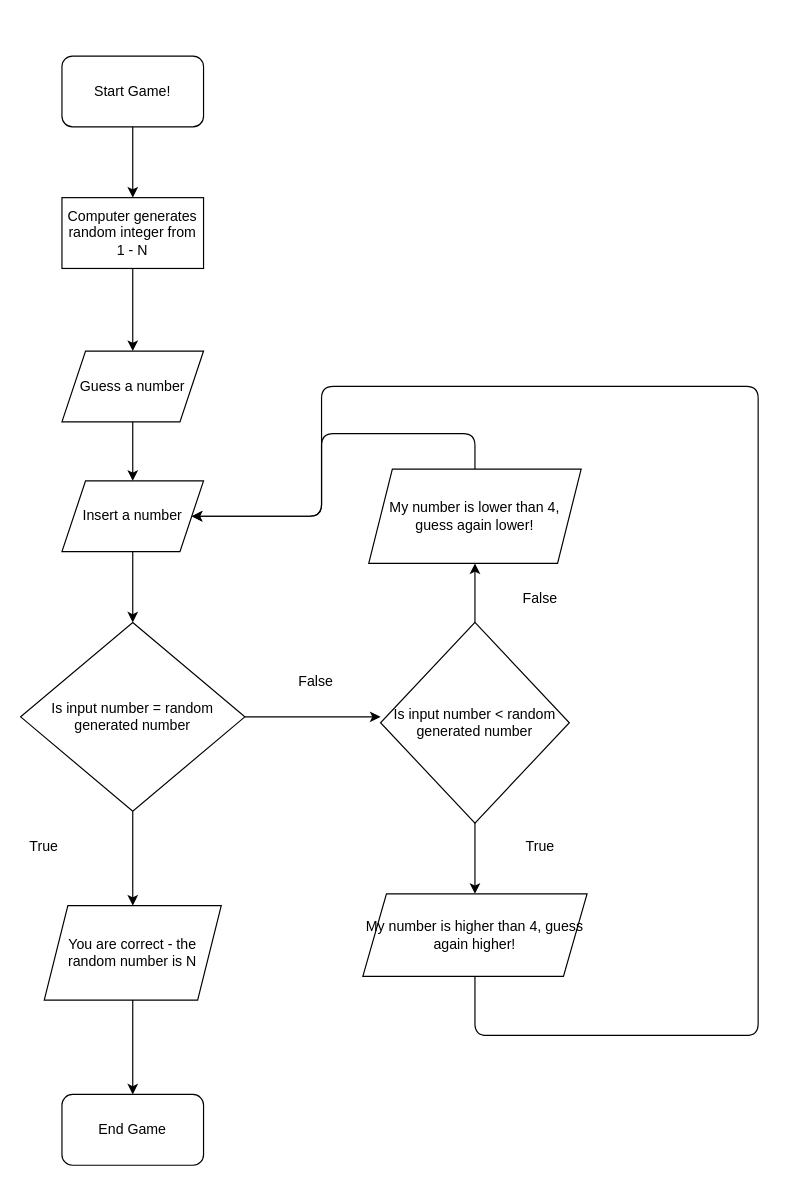
Above: Basic.drawio in mackilroy007/CF-ADS-Bumberger-Mark (draw.io), before the change. Source tidied: cells renumbered, new cells numbered last; positions are measured from the earlier drawing's top-left corner, leaving out a move shared by most shapes. Both pictures are drawn from the tidied source at 118%, with x=0, y=0 at pixel (20, 55).
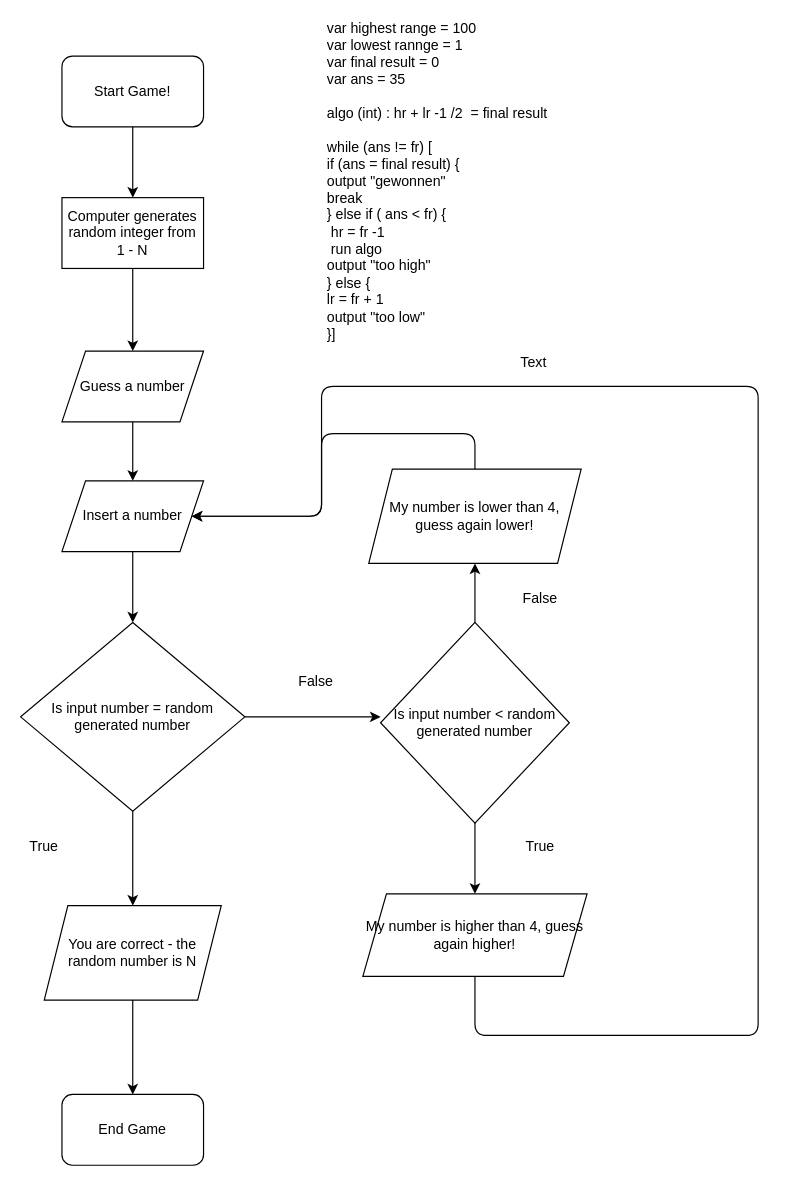
The same diagram, later.

Change to the diagram source:
```diff
@@
+    <mxCell id="27" value="Text" style="text;html=1;strokeColor=none;fillColor=none;align=center;verticalAlign=middle;whiteSpace=wrap;rounded=0;" parent="1" vertex="1">
+      <mxGeometry x="415" y="250" width="40" height="20" as="geometry" />
+    </mxCell>
+    <mxCell id="28" value="var highest range = 100&lt;br&gt;var lowest rannge = 1&lt;br&gt;var final result = 0&lt;br&gt;var ans = 35&lt;br&gt;&lt;br&gt;algo (int) : hr + lr -1 /2&amp;nbsp; = final result&lt;br&gt;&lt;br&gt;while (ans != fr) [&lt;br&gt;if (ans = final result) {&lt;br&gt;output &quot;gewonnen&quot;&lt;br&gt;break&lt;br&gt;} else if ( ans &amp;lt; fr) {&lt;br&gt;&amp;nbsp;hr = fr -1 &lt;br&gt;&amp;nbsp;run algo &lt;br&gt;output &quot;too high&quot;&lt;br&gt;} else {&lt;br&gt;lr = fr + 1&lt;br&gt;output &quot;too low&quot;&lt;br&gt;}]" style="text;html=1;strokeColor=none;fillColor=none;spacing=5;spacingTop=-20;whiteSpace=wrap;overflow=hidden;rounded=0;" parent="1" vertex="1">
+      <mxGeometry x="255" y="-20" width="205" height="290" as="geometry" />
+    </mxCell>
```
